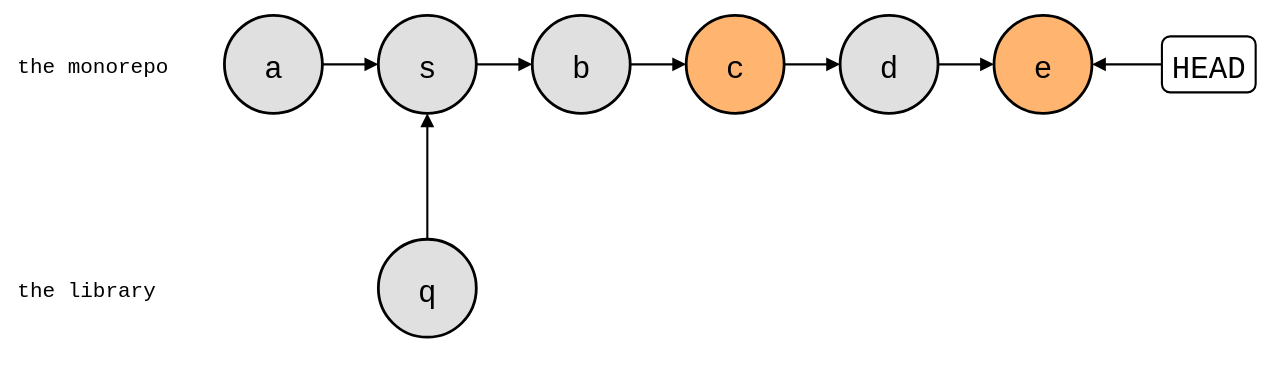
Before: static/blog/episodes/git-subtree-split-walks.drawio.svg, a diagram exported from draw.io (roschaefer/roschaefer.de). Source tidied: cells renumbered, new cells last; positions are measured from the earlier drawing's top-left corner, leaving out a move shared by most shapes. Its diagram source:
```xml
<mxGraphModel background="#ffffff">
  <root>
    <mxCell id="0" />
    <mxCell id="1" parent="0" />
    <mxCell id="2" value="the monorepo" style="text;strokeColor=none;fillColor=none;align=left;verticalAlign=middle;fontSize=15;fontFamily=Roboto Mono,monospace;" parent="1" vertex="1">
      <mxGeometry y="20" width="130" height="30" as="geometry" />
    </mxCell>
    <mxCell id="3" value="the library" style="text;strokeColor=none;fillColor=none;align=left;verticalAlign=middle;fontSize=15;fontFamily=Roboto Mono,monospace;" parent="1" vertex="1">
      <mxGeometry y="180" width="130" height="30" as="geometry" />
    </mxCell>
    <mxCell id="4" value="a" style="ellipse;strokeWidth=2;fontSize=22;fontFamily=Roboto Mono,monospace;fillColor=#E0E0E0;" parent="1" vertex="1">
      <mxGeometry x="150" width="70" height="70" as="geometry" />
    </mxCell>
    <mxCell id="5" value="s" style="ellipse;strokeWidth=2;fontSize=22;fontFamily=Roboto Mono,monospace;fillColor=#E0E0E0;" parent="1" vertex="1">
      <mxGeometry x="260" width="70" height="70" as="geometry" />
    </mxCell>
    <mxCell id="6" value="b" style="ellipse;strokeWidth=2;fontSize=22;fontFamily=Roboto Mono,monospace;fillColor=#E0E0E0;" parent="1" vertex="1">
      <mxGeometry x="370" width="70" height="70" as="geometry" />
    </mxCell>
    <mxCell id="7" value="c" style="ellipse;strokeWidth=2;fontSize=22;fontFamily=Roboto Mono,monospace;fillColor=#FFB570;" parent="1" vertex="1">
      <mxGeometry x="480" width="70" height="70" as="geometry" />
    </mxCell>
    <mxCell id="8" value="d" style="ellipse;strokeWidth=2;fontSize=22;fontFamily=Roboto Mono,monospace;fillColor=#E0E0E0;" parent="1" vertex="1">
      <mxGeometry x="590" width="70" height="70" as="geometry" />
    </mxCell>
    <mxCell id="9" value="e" style="ellipse;strokeWidth=2;fontSize=22;fontFamily=Roboto Mono,monospace;fillColor=#FFB570;" parent="1" vertex="1">
      <mxGeometry x="700" width="70" height="70" as="geometry" />
    </mxCell>
    <mxCell id="10" value="q" style="ellipse;strokeWidth=2;fontSize=22;fontFamily=Roboto Mono,monospace;fillColor=#E0E0E0;" parent="1" vertex="1">
      <mxGeometry x="260" y="160" width="70" height="70" as="geometry" />
    </mxCell>
    <mxCell id="11" value="HEAD" style="rounded=1;strokeWidth=1.5;fontSize=22;fontFamily=Roboto Mono,monospace;" parent="1" vertex="1">
      <mxGeometry x="820" y="15" width="67" height="40" as="geometry" />
    </mxCell>
    <mxCell id="12" style="endArrow=block;endFill=1;html=1;strokeWidth=1.5;rounded=0;" parent="1" edge="1" source="11" target="9">
      <mxGeometry relative="1" as="geometry" />
    </mxCell>
    <mxCell id="13" style="endArrow=block;endFill=1;html=1;strokeWidth=1.5;rounded=0;" parent="1" edge="1" source="4" target="5">
      <mxGeometry relative="1" as="geometry" />
    </mxCell>
    <mxCell id="14" style="endArrow=block;endFill=1;html=1;strokeWidth=1.5;rounded=0;" parent="1" edge="1" source="5" target="6">
      <mxGeometry relative="1" as="geometry" />
    </mxCell>
    <mxCell id="15" style="endArrow=block;endFill=1;html=1;strokeWidth=1.5;rounded=0;" parent="1" edge="1" source="6" target="7">
      <mxGeometry relative="1" as="geometry" />
    </mxCell>
    <mxCell id="16" style="endArrow=block;endFill=1;html=1;strokeWidth=1.5;rounded=0;" parent="1" edge="1" source="7" target="8">
      <mxGeometry relative="1" as="geometry" />
    </mxCell>
    <mxCell id="17" style="endArrow=block;endFill=1;html=1;strokeWidth=1.5;rounded=0;" parent="1" edge="1" source="8" target="9">
      <mxGeometry relative="1" as="geometry" />
    </mxCell>
    <mxCell id="18" style="endArrow=block;endFill=1;html=1;strokeWidth=1.5;rounded=0;" parent="1" edge="1" source="10" target="5">
      <mxGeometry relative="1" as="geometry" />
    </mxCell>
  </root>
</mxGraphModel>
```
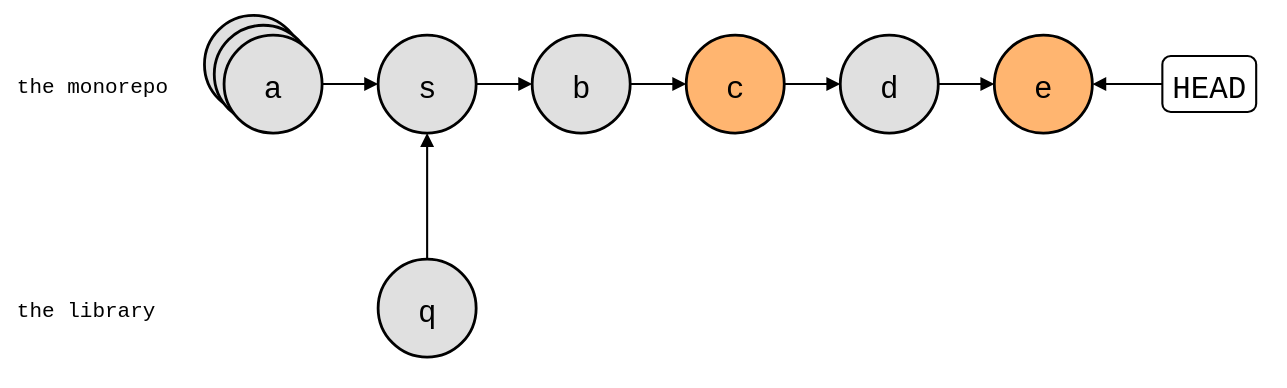
The same file after the commit.

Commit message:
chore(blog): rebuild the subtree drawings with a as a stack

What changed in the source:
```diff
@@ -8,6 +8,12 @@
     <mxCell id="3" value="the library" style="text;strokeColor=none;fillColor=none;align=left;verticalAlign=middle;fontSize=15;fontFamily=Roboto Mono,monospace;" parent="1" vertex="1">
       <mxGeometry y="180" width="130" height="30" as="geometry" />
     </mxCell>
+    <mxCell id="19" style="shape=ellipse;strokeWidth=2;fontSize=22;fontFamily=Roboto Mono,monospace;fillColor=#E0E0E0;" parent="1" vertex="1">
+      <mxGeometry x="136" y="-14" width="70" height="70" as="geometry" />
+    </mxCell>
+    <mxCell id="20" style="shape=ellipse;strokeWidth=2;fontSize=22;fontFamily=Roboto Mono,monospace;fillColor=#E0E0E0;" parent="1" vertex="1">
+      <mxGeometry x="143" y="-7" width="70" height="70" as="geometry" />
+    </mxCell>
     <mxCell id="4" value="a" style="ellipse;strokeWidth=2;fontSize=22;fontFamily=Roboto Mono,monospace;fillColor=#E0E0E0;" parent="1" vertex="1">
       <mxGeometry x="150" width="70" height="70" as="geometry" />
     </mxCell>
```
